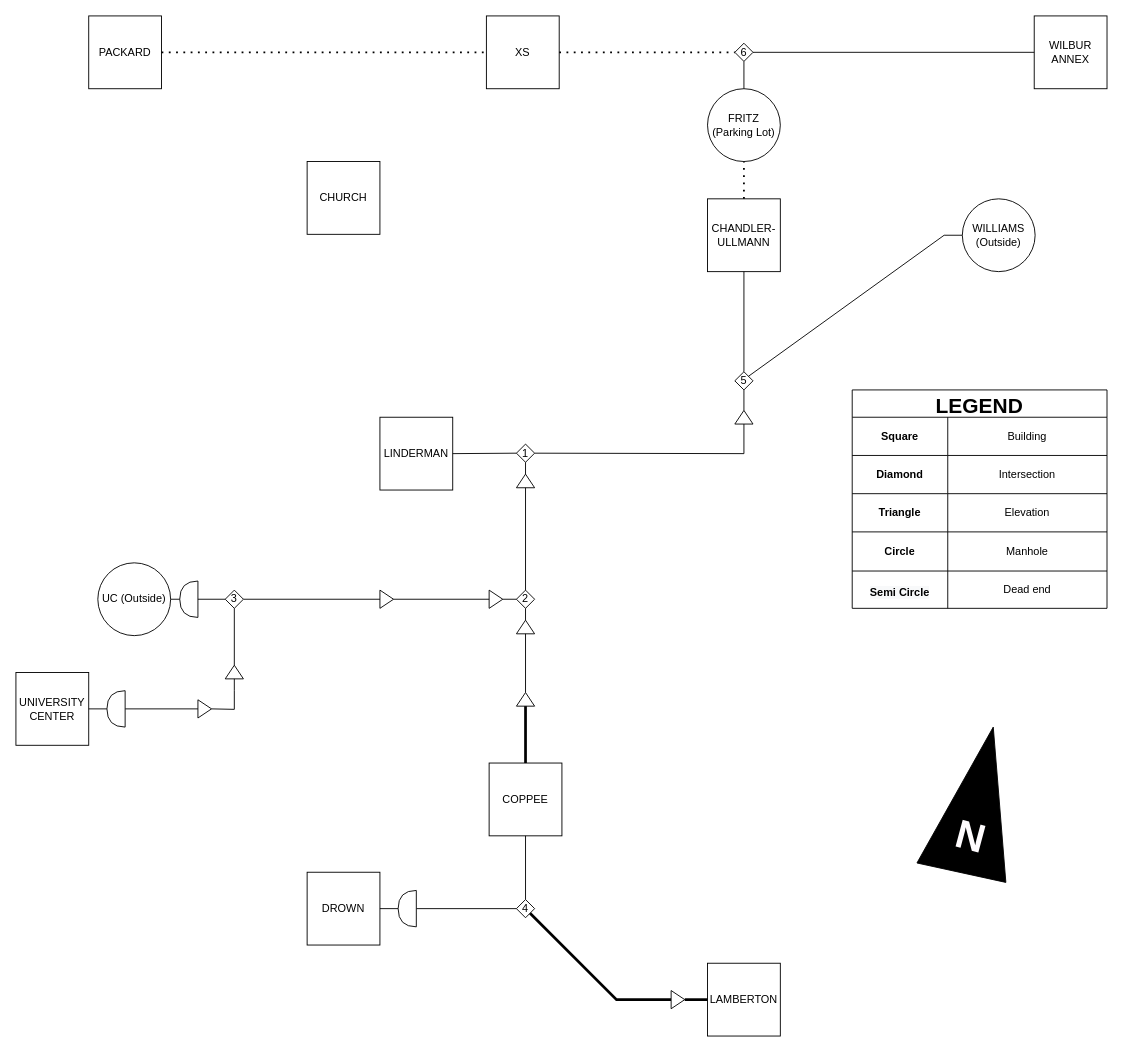
shun-ueda/lehigh-stream-tunnel keeps this draw.io diagram as diagram.drawio. Above is the earlier version. Source tidied: cells renumbered, new cells numbered last; positions are measured from the earlier drawing's top-left corner, leaving out a move shared by most shapes. Both pictures are drawn from the tidied source at 91%, with x=0, y=0 at pixel (15, 15).
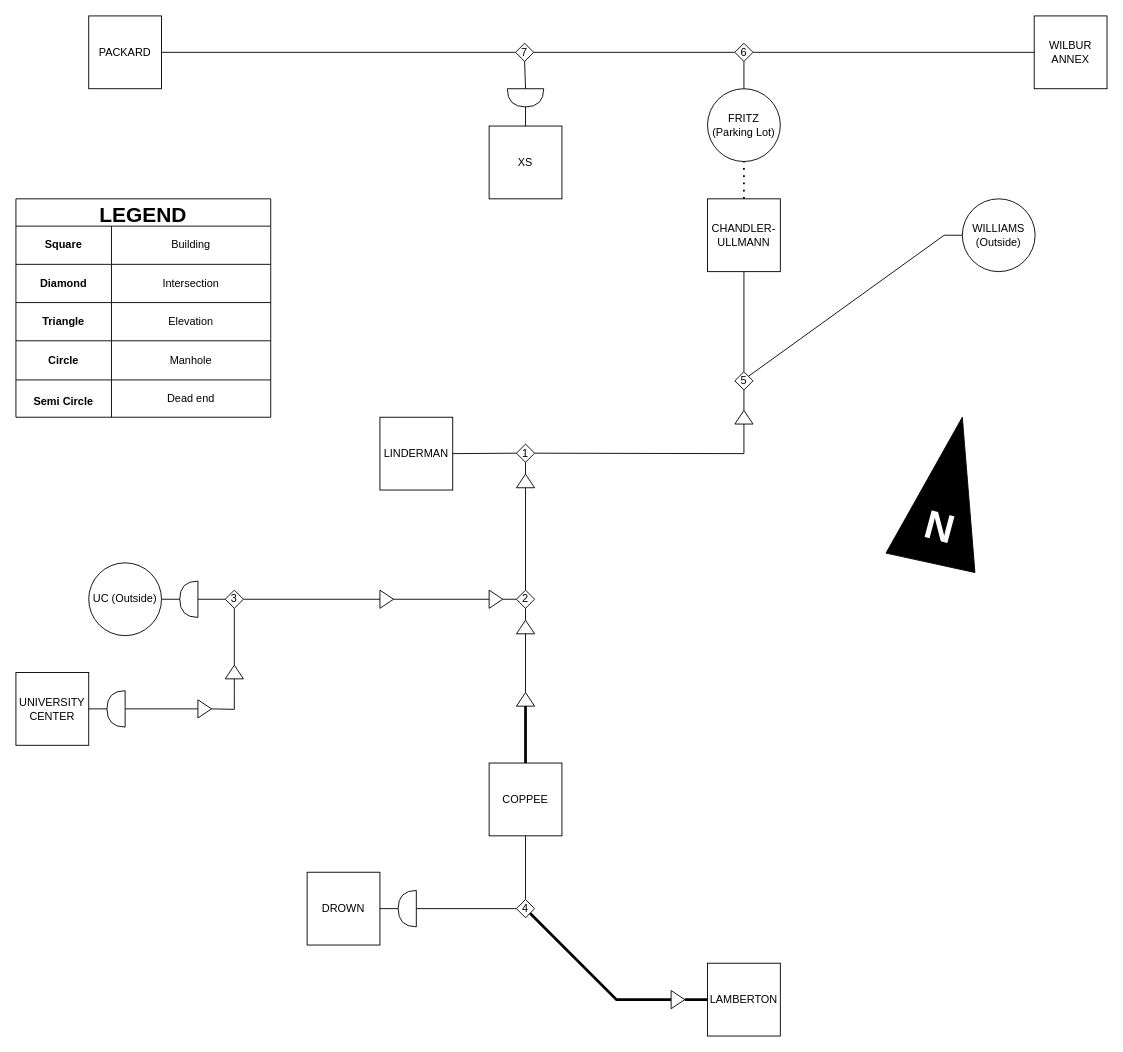
The same page after the edit.

Unchanged cells that the change refers to:
```xml
<mxCell id="70" value="6" style="rhombus;whiteSpace=wrap;html=1;" parent="1" vertex="1">
  <mxGeometry x="790" y="30" width="20" height="20" as="geometry" />
</mxCell>
<mxCell id="77" value="PACKARD" style="rounded=0;whiteSpace=wrap;html=1;" parent="1" vertex="1">
  <mxGeometry x="80" width="80" height="80" as="geometry" />
</mxCell>
```

Diff of the diagram source:
```diff
@@
     <mxCell id="25" value="LEGEND" style="shape=table;startSize=30;childLayout=tableLayout;fontStyle=1;align=center;fontSize=23;" parent="1" vertex="1">
-      <mxGeometry x="919" y="411" width="280" height="240" as="geometry" />
+      <mxGeometry y="201" width="280" height="240" as="geometry" />
     </mxCell>
@@
     <mxCell id="41" style="shape=mxgraph.arrows2.wedgeArrow;html=1;startWidth=50;fillColor=strokeColor;defaultFillColor=invert;defaultGradientColor=invert;rounded=0;" parent="1" edge="1">
       <mxGeometry relative="1" as="geometry">
-        <mxPoint x="1039" y="941.5" as="sourcePoint" />
-        <mxPoint x="1074" y="781.5" as="targetPoint" />
+        <mxPoint x="1005" y="601" as="sourcePoint" />
+        <mxPoint x="1040" y="441" as="targetPoint" />
       </mxGeometry>
     </mxCell>
@@
     <mxCell id="68" value="UC (Outside)" style="ellipse;whiteSpace=wrap;html=1;" parent="1" vertex="1">
-      <mxGeometry x="90" y="601" width="80" height="80" as="geometry" />
+      <mxGeometry x="80" y="601" width="80" height="80" as="geometry" />
     </mxCell>
@@
     <mxCell id="75" value="XS" style="rounded=0;whiteSpace=wrap;html=1;" parent="1" vertex="1">
-      <mxGeometry x="517" width="80" height="80" as="geometry" />
+      <mxGeometry x="520" y="121" width="80" height="80" as="geometry" />
     </mxCell>
-    <mxCell id="76" style="endArrow=none;dashed=1;html=1;dashPattern=1 3;strokeWidth=2;rounded=0;entryX=0;entryY=0.5;entryDx=0;entryDy=0;exitX=1;exitY=0.5;exitDx=0;exitDy=0;" parent="1" edge="1" source="75" target="70">
-      <mxGeometry relative="1" as="geometry" />
-    </mxCell>
@@
-    <mxCell id="78" style="endArrow=none;dashed=1;html=1;dashPattern=1 3;strokeWidth=2;rounded=0;entryX=0;entryY=0.5;entryDx=0;entryDy=0;exitX=1;exitY=0.5;exitDx=0;exitDy=0;" parent="1" edge="1" source="77" target="75">
-      <mxGeometry relative="1" as="geometry" />
-    </mxCell>
-    <mxCell id="79" value="CHURCH" style="rounded=0;whiteSpace=wrap;html=1;" parent="1" vertex="1">
-      <mxGeometry x="320" y="160" width="80" height="80" as="geometry" />
-    </mxCell>
+    <mxCell id="80" value="7" style="rhombus;whiteSpace=wrap;html=1;" parent="1" vertex="1">
+      <mxGeometry x="549" y="30" width="20" height="20" as="geometry" />
+    </mxCell>
+    <mxCell id="81" style="shape=or;whiteSpace=wrap;html=1;rotation=-90;flipV=0;flipH=1;" parent="1" vertex="1">
+      <mxGeometry x="550" y="70" width="20" height="40" as="geometry" />
+    </mxCell>
+    <mxCell id="82" style="endArrow=none;html=1;rounded=0;entryX=1;entryY=0.5;entryDx=0;entryDy=0;entryPerimeter=0;exitX=0.5;exitY=0;exitDx=0;exitDy=0;" parent="1" edge="1" source="75" target="81">
+      <mxGeometry relative="1" as="geometry" />
+    </mxCell>
+    <mxCell id="83" style="endArrow=none;html=1;rounded=0;entryX=0;entryY=0.5;entryDx=0;entryDy=0;exitX=1;exitY=0.5;exitDx=0;exitDy=0;" parent="1" edge="1" source="80" target="70">
+      <mxGeometry relative="1" as="geometry" />
+    </mxCell>
+    <mxCell id="84" style="endArrow=none;html=1;rounded=0;entryX=0;entryY=0.5;entryDx=0;entryDy=0;exitX=1;exitY=0.5;exitDx=0;exitDy=0;" parent="1" edge="1" source="77" target="80">
+      <mxGeometry relative="1" as="geometry" />
+    </mxCell>
+    <mxCell id="85" style="endArrow=none;html=1;rounded=0;entryX=0.5;entryY=1;entryDx=0;entryDy=0;exitX=0;exitY=0.5;exitDx=0;exitDy=0;exitPerimeter=0;" parent="1" edge="1" source="81" target="80">
+      <mxGeometry relative="1" as="geometry" />
+    </mxCell>
```
